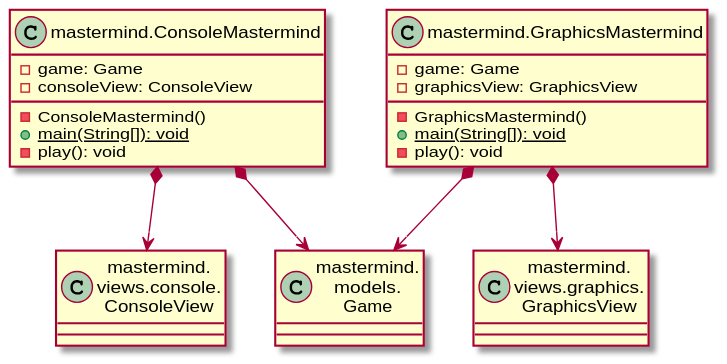
Before: documentView/withFactoryMethod/docs/diagrams/out/paquetes/mastermind.svg, a diagram exported from PlantUML (SantaTecla-mastermind/solution.java.swing.socket.sql). Its diagram source:
```plantuml
@startuml
class ConsoleMastermind as "mastermind.ConsoleMastermind"{
- game: Game
- consoleView: ConsoleView
- ConsoleMastermind()
+ {static} main(String[]): void
- play(): void
}

class GraphicsMastermind as "mastermind.GraphicsMastermind"{
- game: Game
- graphicsView: GraphicsView
- GraphicsMastermind()
+ {static} main(String[]): void
- play(): void
}

class ConsoleView as "mastermind.\nviews.console.\nConsoleView"{}
class GraphicsView as "mastermind.\nviews.graphics.\nGraphicsView"{}
class Game as "mastermind.\nmodels.\nGame"{}
ConsoleMastermind *-down-> ConsoleView
ConsoleMastermind *-down-> Game
GraphicsMastermind *-down-> GraphicsView
GraphicsMastermind *-down-> Game
@enduml
```
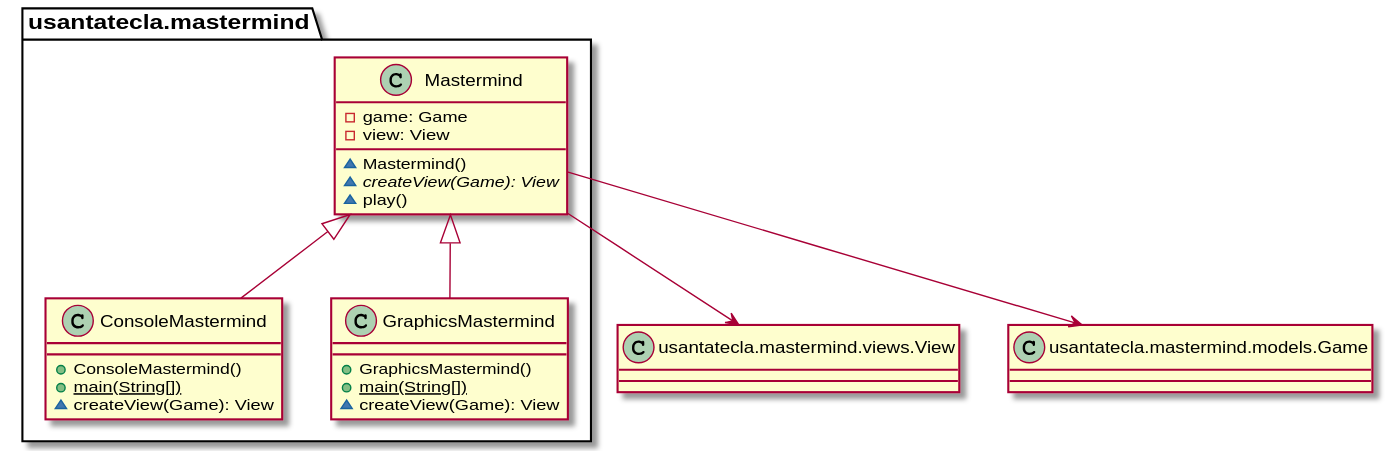
After the change.

What changed in the source:
```diff
@@ -1,25 +1,34 @@
 @startuml
-class ConsoleMastermind as "mastermind.ConsoleMastermind"{
+class  usantatecla.mastermind.ConsoleMastermind{
++ ConsoleMastermind()
++ {static} main(String[])
+~ createView(Game): View
+}
+usantatecla.mastermind.Mastermind <|-down- usantatecla.mastermind.ConsoleMastermind
+
+class  usantatecla.mastermind.GraphicsMastermind{
++ GraphicsMastermind()
++ {static} main(String[])
+~ createView(Game): View
+}
+usantatecla.mastermind.Mastermind <|-down- usantatecla.mastermind.GraphicsMastermind
+
+class  usantatecla.mastermind.Mastermind{
 - game: Game
-- consoleView: ConsoleView
-- ConsoleMastermind()
-+ {static} main(String[]): void
-- play(): void
+- view: View
+~ Mastermind()
+~ {abstract} createView(Game): View
+~ play()
 }
 
-class GraphicsMastermind as "mastermind.GraphicsMastermind"{
-- game: Game
-- graphicsView: GraphicsView
-- GraphicsMastermind()
-+ {static} main(String[]): void
-- play(): void
+class View as "usantatecla.mastermind.views.View"{
+
 }
 
-class ConsoleView as "mastermind.\nviews.console.\nConsoleView"{}
-class GraphicsView as "mastermind.\nviews.graphics.\nGraphicsView"{}
-class Game as "mastermind.\nmodels.\nGame"{}
-ConsoleMastermind *-down-> ConsoleView
-ConsoleMastermind *-down-> Game
-GraphicsMastermind *-down-> GraphicsView
-GraphicsMastermind *-down-> Game
+Class Game as "usantatecla.mastermind.models.Game"{
+
+}
+
+usantatecla.mastermind.Mastermind --> View
+usantatecla.mastermind.Mastermind --> Game
 @enduml
```
